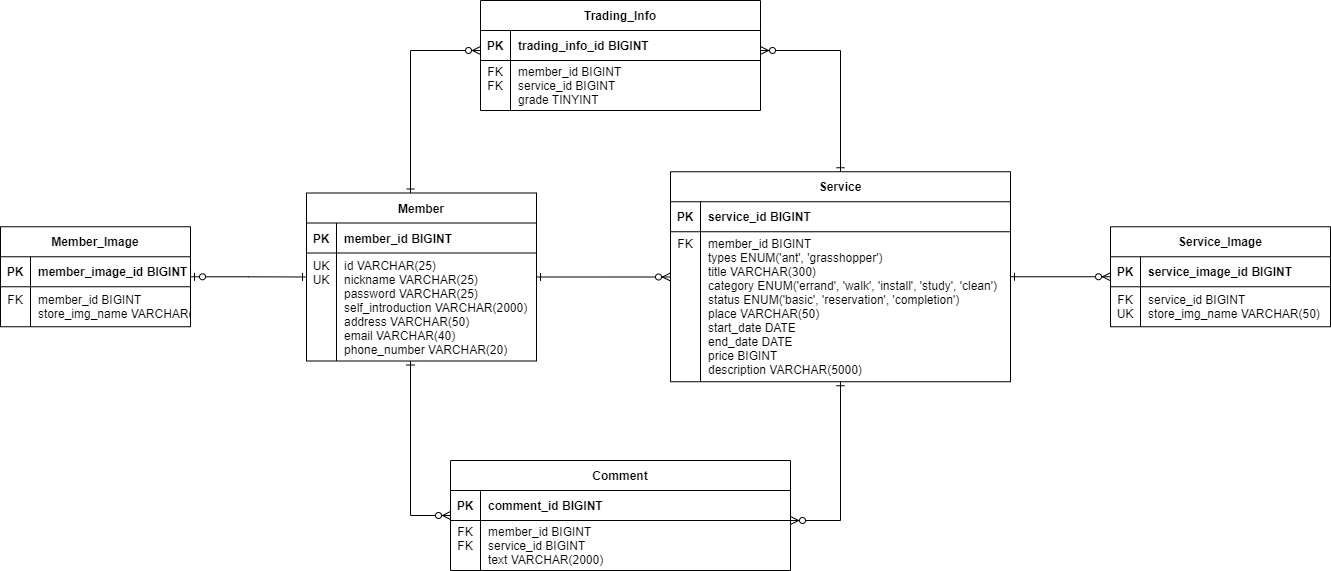
This is sprint1 table.drawio.png from TEAM-TEMPUS/jjapturi, a draw.io export, as it was before one commit. Source tidied: cells renumbered, new cells last; positions are measured from the earlier drawing's top-left corner, leaving out a move shared by most shapes.
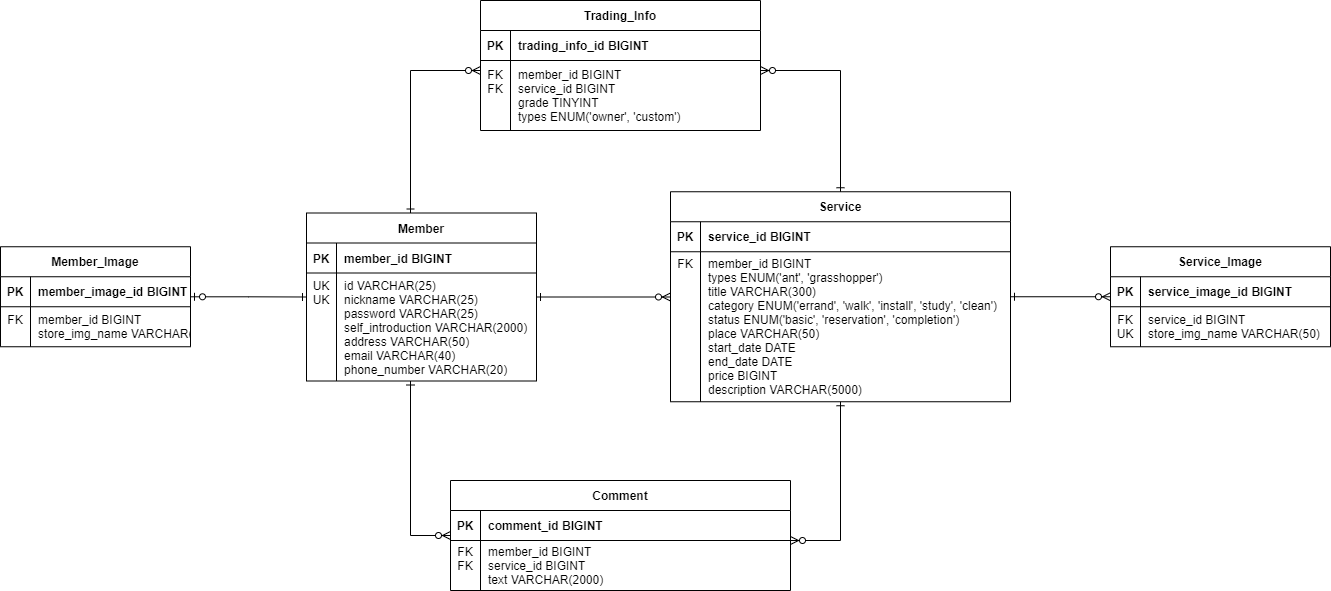
Later version of the same file.

What changed in the source:
```diff
@@ -128,7 +128,7 @@
       </mxGeometry>
     </mxCell>
     <mxCell id="41" value="Trading_Info" style="shape=table;startSize=30;rowLines=0;fontStyle=1;align=center;" parent="1" vertex="1">
-      <mxGeometry x="480" width="280" height="110" as="geometry" />
+      <mxGeometry x="480" y="-20" width="280" height="130" as="geometry" />
     </mxCell>
     <mxCell id="42" style="shape=tableRow;horizontal=0;startSize=0;swimlaneHead=0;swimlaneBody=0;fillColor=none;top=0;left=0;right=0;bottom=1;" parent="41" vertex="1">
       <mxGeometry y="30" width="280" height="30" as="geometry" />
@@ -140,13 +140,13 @@
       <mxGeometry x="30" width="250" height="30" as="geometry" />
     </mxCell>
     <mxCell id="45" style="shape=tableRow;horizontal=0;startSize=0;swimlaneHead=0;swimlaneBody=0;fillColor=none;top=0;left=0;right=0;bottom=0;" parent="41" vertex="1">
-      <mxGeometry y="60" width="280" height="50" as="geometry" />
+      <mxGeometry y="60" width="280" height="70" as="geometry" />
     </mxCell>
-    <mxCell id="46" value="FK&#10;FK&#10;" style="shape=partialRectangle;fillColor=none;top=0;left=0;bottom=0;right=0;overflow=hidden;" parent="45" vertex="1">
-      <mxGeometry width="30" height="50" as="geometry" />
+    <mxCell id="46" value="FK&#10;FK&#10;&#10;" style="shape=partialRectangle;fillColor=none;top=0;left=0;bottom=0;right=0;overflow=hidden;" parent="45" vertex="1">
+      <mxGeometry width="30" height="70" as="geometry" />
     </mxCell>
-    <mxCell id="47" value="member_id BIGINT&#10;service_id BIGINT&#10;grade TINYINT" style="shape=partialRectangle;fillColor=none;top=0;left=0;bottom=0;right=0;align=left;spacingLeft=6;overflow=hidden;" parent="45" vertex="1">
-      <mxGeometry x="30" width="250" height="50" as="geometry" />
+    <mxCell id="47" value="member_id BIGINT&#10;service_id BIGINT&#10;grade TINYINT&#10;types ENUM('owner', 'custom')" style="shape=partialRectangle;fillColor=none;top=0;left=0;bottom=0;right=0;align=left;spacingLeft=6;overflow=hidden;" parent="45" vertex="1">
+      <mxGeometry x="30" width="250" height="70" as="geometry" />
     </mxCell>
     <mxCell id="48" style="edgeStyle=orthogonalEdgeStyle;fontSize=12;html=1;endArrow=ERzeroToMany;endFill=1;startArrow=ERone;rounded=0;startFill=0;" parent="1" edge="1" source="16" target="41">
       <mxGeometry relative="1" as="geometry">
```
